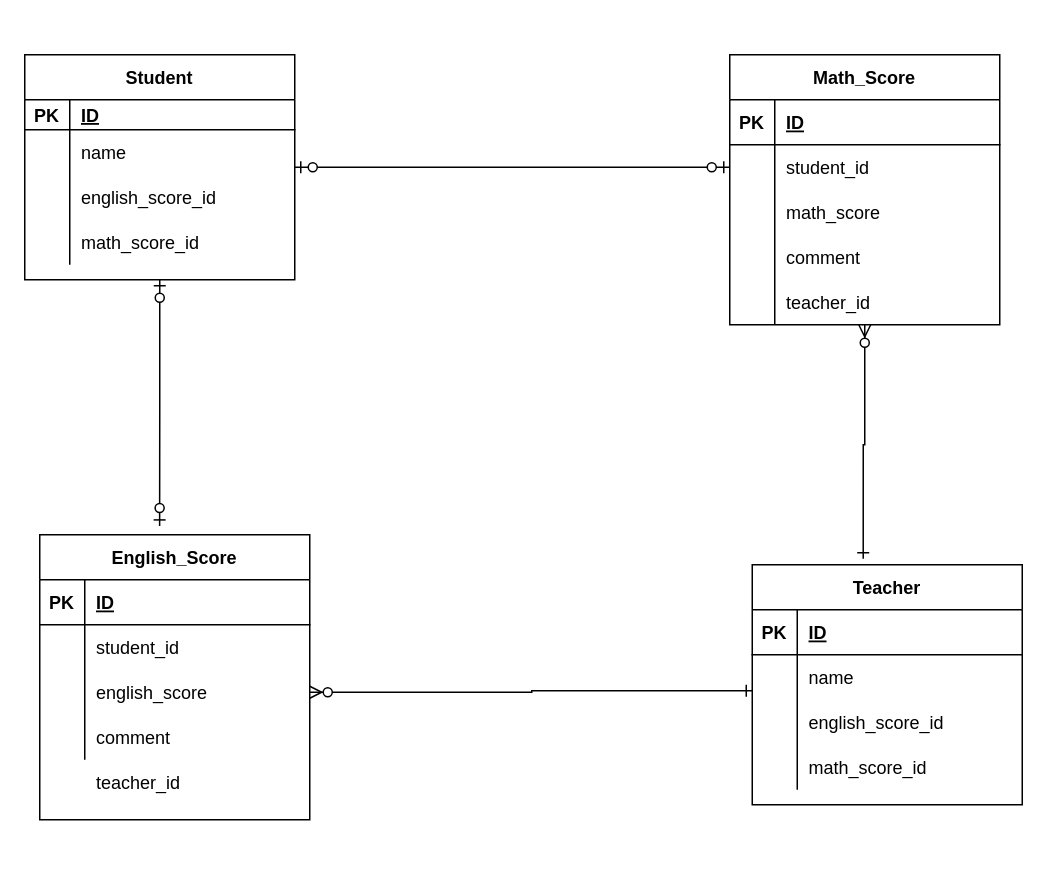
Before: 20211010ueyama.drawio in koki800/coachtech10, a draw.io diagram. Source tidied: cells renumbered, new cells numbered last; positions are measured from the earlier drawing's top-left corner, leaving out a move shared by most shapes. Both pictures are drawn from the tidied source at 150%, with x=0, y=0 at pixel (24, 54).
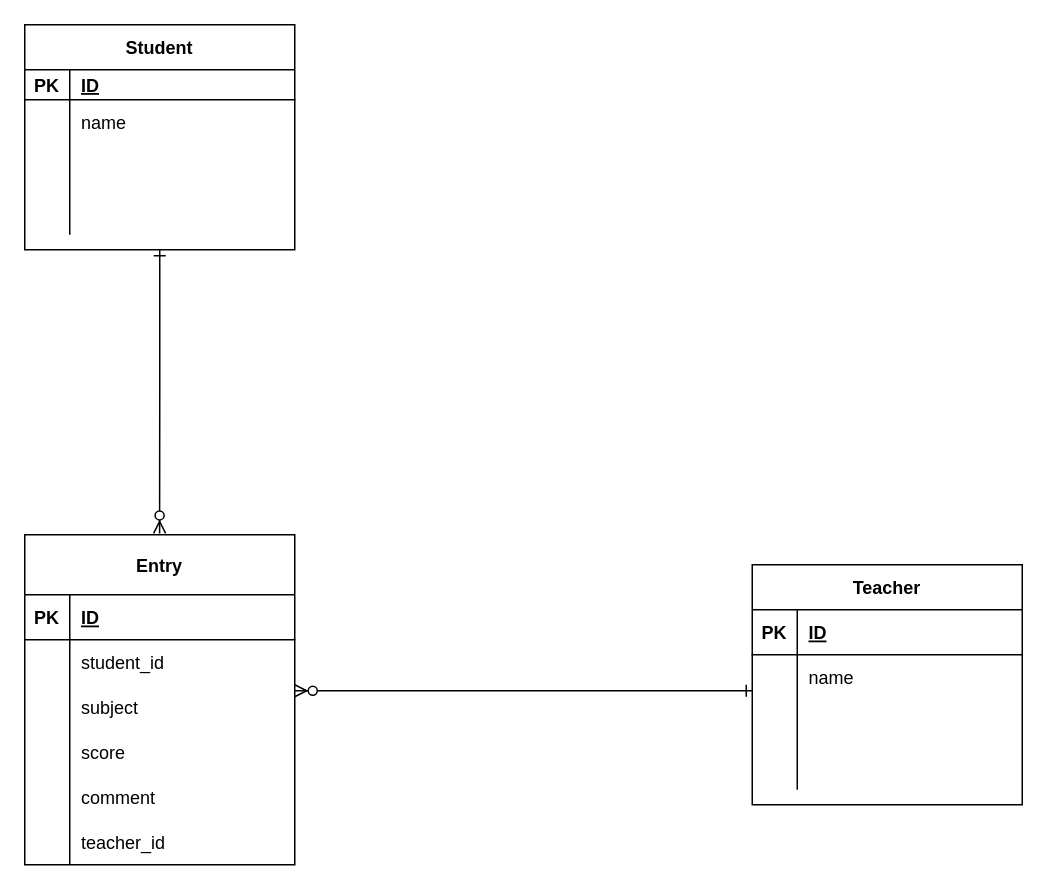
Above is the later version.

The change refers to these unchanged cells:
```xml
<mxCell id="12" style="shape=partialRectangle;fillColor=none;top=0;left=0;bottom=0;right=0;" parent="5" vertex="1">
  <mxGeometry y="80" width="180" height="30" as="geometry" />
</mxCell>
<mxCell id="15" style="shape=partialRectangle;fillColor=none;top=0;left=0;bottom=0;right=0;" parent="5" vertex="1">
  <mxGeometry y="110" width="180" height="30" as="geometry" />
</mxCell>
<mxCell id="48" value="Teacher" style="shape=table;startSize=30;childLayout=tableLayout;rowLines=0;fontStyle=1;align=center;" parent="1" vertex="1">
  <mxGeometry x="485" y="340" width="180" height="160" as="geometry" />
</mxCell>
<mxCell id="52" style="shape=partialRectangle;fillColor=none;top=0;left=0;bottom=0;right=0;points=[[0,0.5],[1,0.5]];portConstraint=eastwest;" parent="48" vertex="1">
  <mxGeometry y="60" width="180" height="30" as="geometry" />
</mxCell>
<mxCell id="55" style="shape=partialRectangle;fillColor=none;top=0;left=0;bottom=0;right=0;" parent="48" vertex="1">
  <mxGeometry y="90" width="180" height="30" as="geometry" />
</mxCell>
<mxCell id="58" style="shape=partialRectangle;fillColor=none;top=0;left=0;bottom=0;right=0;" parent="48" vertex="1">
  <mxGeometry y="120" width="180" height="30" as="geometry" />
</mxCell>
```

Diff of the diagram source:
```diff
@@
-    <mxCell id="2" style="edgeStyle=orthogonalEdgeStyle;rounded=0;jettySize=auto;html=1;exitX=0.5;exitY=1;exitDx=0;exitDy=0;entryX=0.444;entryY=-0.025;entryDx=0;entryDy=0;entryPerimeter=0;strokeColor=none;" parent="1" edge="1" source="5" target="35">
-      <mxGeometry relative="1" as="geometry" />
+    <mxCell id="2" style="edgeStyle=orthogonalEdgeStyle;rounded=0;jettySize=auto;html=1;exitX=0.5;exitY=1;exitDx=0;exitDy=0;entryX=0.444;entryY=-0.025;entryDx=0;entryDy=0;entryPerimeter=0;strokeColor=none;" parent="1" edge="1" source="5">
+      <mxGeometry relative="1" as="geometry">
+        <mxPoint x="89.9" y="320.2" as="targetPoint" />
+      </mxGeometry>
     </mxCell>
-    <mxCell id="3" style="edgeStyle=orthogonalEdgeStyle;rounded=0;jettySize=auto;html=1;startArrow=ERzeroToOne;startFill=1;targetPerimeterSpacing=0;entryX=0.444;entryY=-0.031;entryDx=0;entryDy=0;entryPerimeter=0;endArrow=ERzeroToOne;endFill=1;" parent="1" edge="1" source="5" target="35">
-      <mxGeometry relative="1" as="geometry" />
+    <mxCell id="3" style="edgeStyle=orthogonalEdgeStyle;rounded=0;jettySize=auto;html=1;startArrow=ERone;startFill=0;targetPerimeterSpacing=0;entryX=0.444;entryY=-0.031;entryDx=0;entryDy=0;entryPerimeter=0;endArrow=ERzeroToMany;endFill=1;" parent="1" edge="1" source="5">
+      <mxGeometry relative="1" as="geometry">
+        <mxPoint x="89.9" y="319.1" as="targetPoint" />
+      </mxGeometry>
     </mxCell>
-    <mxCell id="4" style="edgeStyle=orthogonalEdgeStyle;rounded=0;jettySize=auto;html=1;startArrow=ERzeroToOne;startFill=1;endArrow=ERzeroToOne;endFill=1;targetPerimeterSpacing=0;" parent="1" edge="1" source="5" target="23">
-      <mxGeometry relative="1" as="geometry" />
-    </mxCell>
     <mxCell id="5" value="Student" style="shape=table;startSize=30;childLayout=tableLayout;rowLines=0;fontStyle=1;align=center;" parent="1" vertex="1">
-      <mxGeometry width="180" height="150" as="geometry" />
+      <mxGeometry y="-20" width="180" height="150" as="geometry" />
     </mxCell>
@@
-    <mxCell id="14" value="english_score_id" style="shape=partialRectangle;fillColor=none;top=0;left=0;bottom=0;right=0;align=left;spacingLeft=6;overflow=hidden;" parent="12" vertex="1">
+    <mxCell id="14" style="shape=partialRectangle;fillColor=none;top=0;left=0;bottom=0;right=0;align=left;spacingLeft=6;overflow=hidden;" parent="12" vertex="1">
       <mxGeometry x="30" width="150" height="30" as="geometry" />
     </mxCell>
@@
-    <mxCell id="17" value="math_score_id" style="shape=partialRectangle;fillColor=none;top=0;left=0;bottom=0;right=0;align=left;spacingLeft=6;overflow=hidden;" parent="15" vertex="1">
+    <mxCell id="17" style="shape=partialRectangle;fillColor=none;top=0;left=0;bottom=0;right=0;align=left;spacingLeft=6;overflow=hidden;" parent="15" vertex="1">
       <mxGeometry x="30" width="150" height="30" as="geometry" />
     </mxCell>
-    <mxCell id="18" style="edgeStyle=orthogonalEdgeStyle;rounded=0;jettySize=auto;html=1;startArrow=ERzeroToMany;startFill=1;endArrow=ERone;endFill=0;targetPerimeterSpacing=0;entryX=0.411;entryY=-0.025;entryDx=0;entryDy=0;entryPerimeter=0;" parent="1" edge="1" source="19" target="48">
-      <mxGeometry relative="1" as="geometry" />
-    </mxCell>
-    <mxCell id="19" value="Math_Score" style="shape=table;startSize=30;childLayout=tableLayout;rowLines=0;fontStyle=1;align=center;" parent="1" vertex="1">
-      <mxGeometry x="470" width="180" height="180" as="geometry" />
-    </mxCell>
-    <mxCell id="20" style="shape=partialRectangle;fillColor=none;top=0;left=0;bottom=1;right=0;" parent="19" vertex="1">
-      <mxGeometry y="30" width="180" height="30" as="geometry" />
-    </mxCell>
-    <mxCell id="21" value="PK" style="shape=partialRectangle;fillColor=none;top=0;left=0;bottom=0;right=0;fontStyle=1;overflow=hidden;" parent="20" vertex="1">
-      <mxGeometry width="30" height="30" as="geometry" />
-    </mxCell>
-    <mxCell id="22" value="ID" style="shape=partialRectangle;fillColor=none;top=0;left=0;bottom=0;right=0;align=left;spacingLeft=6;fontStyle=5;overflow=hidden;" parent="20" vertex="1">
-      <mxGeometry x="30" width="150" height="30" as="geometry" />
-    </mxCell>
-    <mxCell id="23" style="shape=partialRectangle;fillColor=none;top=0;left=0;bottom=0;right=0;points=[[0,0.5],[1,0.5]];portConstraint=eastwest;" parent="19" vertex="1">
-      <mxGeometry y="60" width="180" height="30" as="geometry" />
-    </mxCell>
-    <mxCell id="24" style="shape=partialRectangle;fillColor=none;top=0;left=0;bottom=0;right=0;overflow=hidden;" parent="23" vertex="1">
-      <mxGeometry width="30" height="30" as="geometry" />
-    </mxCell>
-    <mxCell id="25" value="student_id" style="shape=partialRectangle;fillColor=none;top=0;left=0;bottom=0;right=0;align=left;spacingLeft=6;overflow=hidden;" parent="23" vertex="1">
-      <mxGeometry x="30" width="150" height="30" as="geometry" />
-    </mxCell>
-    <mxCell id="26" style="shape=partialRectangle;fillColor=none;top=0;left=0;bottom=0;right=0;" parent="19" vertex="1">
-      <mxGeometry y="90" width="180" height="30" as="geometry" />
-    </mxCell>
-    <mxCell id="27" style="shape=partialRectangle;fillColor=none;top=0;left=0;bottom=0;right=0;overflow=hidden;" parent="26" vertex="1">
-      <mxGeometry width="30" height="30" as="geometry" />
-    </mxCell>
-    <mxCell id="28" value="math_score" style="shape=partialRectangle;fillColor=none;top=0;left=0;bottom=0;right=0;align=left;spacingLeft=6;overflow=hidden;" parent="26" vertex="1">
-      <mxGeometry x="30" width="150" height="30" as="geometry" />
-    </mxCell>
-    <mxCell id="29" style="shape=partialRectangle;fillColor=none;top=0;left=0;bottom=0;right=0;" parent="19" vertex="1">
-      <mxGeometry y="120" width="180" height="30" as="geometry" />
-    </mxCell>
-    <mxCell id="30" style="shape=partialRectangle;fillColor=none;top=0;left=0;bottom=0;right=0;overflow=hidden;" parent="29" vertex="1">
-      <mxGeometry width="30" height="30" as="geometry" />
-    </mxCell>
-    <mxCell id="31" value="comment" style="shape=partialRectangle;fillColor=none;top=0;left=0;bottom=0;right=0;align=left;spacingLeft=6;overflow=hidden;" parent="29" vertex="1">
-      <mxGeometry x="30" width="150" height="30" as="geometry" />
-    </mxCell>
-    <mxCell id="32" style="shape=partialRectangle;fillColor=none;top=0;left=0;bottom=0;right=0;" parent="19" vertex="1">
-      <mxGeometry y="150" width="180" height="30" as="geometry" />
-    </mxCell>
-    <mxCell id="33" style="shape=partialRectangle;fillColor=none;top=0;left=0;bottom=0;right=0;overflow=hidden;" parent="32" vertex="1">
-      <mxGeometry width="30" height="30" as="geometry" />
-    </mxCell>
-    <mxCell id="34" value="teacher_id" style="shape=partialRectangle;fillColor=none;top=0;left=0;bottom=0;right=0;align=left;spacingLeft=6;overflow=hidden;" parent="32" vertex="1">
-      <mxGeometry x="30" width="150" height="30" as="geometry" />
-    </mxCell>
-    <mxCell id="35" value="English_Score" style="shape=table;startSize=30;childLayout=tableLayout;rowLines=0;fontStyle=1;align=center;" parent="1" vertex="1">
-      <mxGeometry x="10" y="320" width="180" height="190" as="geometry" />
-    </mxCell>
-    <mxCell id="36" style="shape=partialRectangle;fillColor=none;top=0;left=0;bottom=1;right=0;" parent="35" vertex="1">
-      <mxGeometry y="30" width="180" height="30" as="geometry" />
-    </mxCell>
-    <mxCell id="37" value="PK" style="shape=partialRectangle;fillColor=none;top=0;left=0;bottom=0;right=0;fontStyle=1;overflow=hidden;" parent="36" vertex="1">
-      <mxGeometry width="30" height="30" as="geometry" />
-    </mxCell>
-    <mxCell id="38" value="ID" style="shape=partialRectangle;fillColor=none;top=0;left=0;bottom=0;right=0;align=left;spacingLeft=6;fontStyle=5;overflow=hidden;" parent="36" vertex="1">
-      <mxGeometry x="30" width="150" height="30" as="geometry" />
-    </mxCell>
-    <mxCell id="39" style="shape=partialRectangle;fillColor=none;top=0;left=0;bottom=0;right=0;" parent="35" vertex="1">
-      <mxGeometry y="60" width="180" height="30" as="geometry" />
-    </mxCell>
-    <mxCell id="40" style="shape=partialRectangle;fillColor=none;top=0;left=0;bottom=0;right=0;overflow=hidden;" parent="39" vertex="1">
-      <mxGeometry width="30" height="30" as="geometry" />
-    </mxCell>
-    <mxCell id="41" value="student_id" style="shape=partialRectangle;fillColor=none;top=0;left=0;bottom=0;right=0;align=left;spacingLeft=6;overflow=hidden;" parent="39" vertex="1">
-      <mxGeometry x="30" width="150" height="30" as="geometry" />
-    </mxCell>
-    <mxCell id="42" style="shape=partialRectangle;fillColor=none;top=0;left=0;bottom=0;right=0;points=[[0,0.5],[1,0.5]];portConstraint=eastwest;" parent="35" vertex="1">
-      <mxGeometry y="90" width="180" height="30" as="geometry" />
-    </mxCell>
-    <mxCell id="43" style="shape=partialRectangle;fillColor=none;top=0;left=0;bottom=0;right=0;overflow=hidden;" parent="42" vertex="1">
-      <mxGeometry width="30" height="30" as="geometry" />
-    </mxCell>
-    <mxCell id="44" value="english_score" style="shape=partialRectangle;fillColor=none;top=0;left=0;bottom=0;right=0;align=left;spacingLeft=6;overflow=hidden;" parent="42" vertex="1">
-      <mxGeometry x="30" width="150" height="30" as="geometry" />
-    </mxCell>
-    <mxCell id="45" style="shape=partialRectangle;fillColor=none;top=0;left=0;bottom=0;right=0;" parent="35" vertex="1">
-      <mxGeometry y="120" width="180" height="30" as="geometry" />
-    </mxCell>
-    <mxCell id="46" style="shape=partialRectangle;fillColor=none;top=0;left=0;bottom=0;right=0;overflow=hidden;" parent="45" vertex="1">
-      <mxGeometry width="30" height="30" as="geometry" />
-    </mxCell>
-    <mxCell id="47" value="comment" style="shape=partialRectangle;fillColor=none;top=0;left=0;bottom=0;right=0;align=left;spacingLeft=6;overflow=hidden;" parent="45" vertex="1">
-      <mxGeometry x="30" width="150" height="30" as="geometry" />
-    </mxCell>
@@
-    <mxCell id="57" value="english_score_id" style="shape=partialRectangle;fillColor=none;top=0;left=0;bottom=0;right=0;align=left;spacingLeft=6;overflow=hidden;" parent="55" vertex="1">
+    <mxCell id="57" style="shape=partialRectangle;fillColor=none;top=0;left=0;bottom=0;right=0;align=left;spacingLeft=6;overflow=hidden;" parent="55" vertex="1">
       <mxGeometry x="30" width="150" height="30" as="geometry" />
     </mxCell>
@@
-    <mxCell id="60" value="math_score_id" style="shape=partialRectangle;fillColor=none;top=0;left=0;bottom=0;right=0;align=left;spacingLeft=6;overflow=hidden;" parent="58" vertex="1">
+    <mxCell id="60" style="shape=partialRectangle;fillColor=none;top=0;left=0;bottom=0;right=0;align=left;spacingLeft=6;overflow=hidden;" parent="58" vertex="1">
       <mxGeometry x="30" width="150" height="30" as="geometry" />
     </mxCell>
-    <mxCell id="61" style="shape=table;startSize=0;childLayout=tableLayout;rowLines=0;fontStyle=0;align=center;strokeColor=none;fillColor=none;" parent="1" vertex="1">
-      <mxGeometry x="10" y="470" width="180" height="30" as="geometry" />
-    </mxCell>
-    <mxCell id="62" style="shape=partialRectangle;fillColor=none;top=0;left=0;bottom=0;right=0;" parent="61" vertex="1">
-      <mxGeometry width="180" height="30" as="geometry" />
-    </mxCell>
-    <mxCell id="63" style="shape=partialRectangle;fillColor=none;top=0;left=0;bottom=0;right=0;overflow=hidden;" parent="62" vertex="1">
-      <mxGeometry width="30" height="30" as="geometry" />
-    </mxCell>
-    <mxCell id="64" value="teacher_id" style="shape=partialRectangle;fillColor=none;top=0;left=0;bottom=0;right=0;align=left;spacingLeft=6;overflow=hidden;" parent="62" vertex="1">
-      <mxGeometry x="30" width="150" height="30" as="geometry" />
-    </mxCell>
-    <mxCell id="65" style="edgeStyle=orthogonalEdgeStyle;rounded=0;jettySize=auto;html=1;startArrow=ERzeroToMany;startFill=1;endArrow=ERone;endFill=0;targetPerimeterSpacing=0;entryX=0;entryY=0.8;entryDx=0;entryDy=0;entryPerimeter=0;" parent="1" edge="1" source="42" target="52">
-      <mxGeometry relative="1" as="geometry">
-        <Array as="points">
-          <mxPoint x="338" y="425" />
-          <mxPoint x="338" y="424" />
-        </Array>
-      </mxGeometry>
+    <mxCell id="65" style="edgeStyle=orthogonalEdgeStyle;rounded=0;jettySize=auto;html=1;startArrow=ERzeroToMany;startFill=1;endArrow=ERone;endFill=0;targetPerimeterSpacing=0;entryX=0;entryY=0.8;entryDx=0;entryDy=0;entryPerimeter=0;exitX=1;exitY=0.133;exitDx=0;exitDy=0;exitPerimeter=0;" parent="1" edge="1" source="73" target="52">
+      <mxGeometry relative="1" as="geometry" />
     </mxCell>
+    <mxCell id="66" value="Entry" style="shape=table;startSize=40;childLayout=tableLayout;rowLines=0;fontStyle=1;align=center;" parent="1" vertex="1">
+      <mxGeometry y="320" width="180" height="220" as="geometry" />
+    </mxCell>
+    <mxCell id="67" style="shape=partialRectangle;fillColor=none;top=0;left=0;bottom=1;right=0;" parent="66" vertex="1">
+      <mxGeometry y="40" width="180" height="30" as="geometry" />
+    </mxCell>
+    <mxCell id="68" value="PK" style="shape=partialRectangle;fillColor=none;top=0;left=0;bottom=0;right=0;fontStyle=1;overflow=hidden;" parent="67" vertex="1">
+      <mxGeometry width="30" height="30" as="geometry" />
+    </mxCell>
+    <mxCell id="69" value="ID" style="shape=partialRectangle;fillColor=none;top=0;left=0;bottom=0;right=0;align=left;spacingLeft=6;fontStyle=5;overflow=hidden;" parent="67" vertex="1">
+      <mxGeometry x="30" width="150" height="30" as="geometry" />
+    </mxCell>
+    <mxCell id="70" style="shape=partialRectangle;fillColor=none;top=0;left=0;bottom=0;right=0;" parent="66" vertex="1">
+      <mxGeometry y="70" width="180" height="30" as="geometry" />
+    </mxCell>
+    <mxCell id="71" style="shape=partialRectangle;fillColor=none;top=0;left=0;bottom=0;right=0;overflow=hidden;" parent="70" vertex="1">
+      <mxGeometry width="30" height="30" as="geometry" />
+    </mxCell>
+    <mxCell id="72" value="student_id" style="shape=partialRectangle;fillColor=none;top=0;left=0;bottom=0;right=0;align=left;spacingLeft=6;overflow=hidden;" parent="70" vertex="1">
+      <mxGeometry x="30" width="150" height="30" as="geometry" />
+    </mxCell>
+    <mxCell id="73" style="shape=partialRectangle;fillColor=none;top=0;left=0;bottom=0;right=0;points=[[0,0.5],[1,0.5]];portConstraint=eastwest;" parent="66" vertex="1">
+      <mxGeometry y="100" width="180" height="30" as="geometry" />
+    </mxCell>
+    <mxCell id="74" style="shape=partialRectangle;fillColor=none;top=0;left=0;bottom=0;right=0;overflow=hidden;" parent="73" vertex="1">
+      <mxGeometry width="30" height="30" as="geometry" />
+    </mxCell>
+    <mxCell id="75" value="subject" style="shape=partialRectangle;fillColor=none;top=0;left=0;bottom=0;right=0;align=left;spacingLeft=6;overflow=hidden;" parent="73" vertex="1">
+      <mxGeometry x="30" width="150" height="30" as="geometry" />
+    </mxCell>
+    <mxCell id="76" style="shape=partialRectangle;fillColor=none;top=0;left=0;bottom=0;right=0;" parent="66" vertex="1">
+      <mxGeometry y="130" width="180" height="30" as="geometry" />
+    </mxCell>
+    <mxCell id="77" style="shape=partialRectangle;fillColor=none;top=0;left=0;bottom=0;right=0;overflow=hidden;" parent="76" vertex="1">
+      <mxGeometry width="30" height="30" as="geometry" />
+    </mxCell>
+    <mxCell id="78" value="score" style="shape=partialRectangle;fillColor=none;top=0;left=0;bottom=0;right=0;align=left;spacingLeft=6;overflow=hidden;" parent="76" vertex="1">
+      <mxGeometry x="30" width="150" height="30" as="geometry" />
+    </mxCell>
+    <mxCell id="79" style="shape=partialRectangle;fillColor=none;top=0;left=0;bottom=0;right=0;" parent="66" vertex="1">
+      <mxGeometry y="160" width="180" height="30" as="geometry" />
+    </mxCell>
+    <mxCell id="80" style="shape=partialRectangle;fillColor=none;top=0;left=0;bottom=0;right=0;overflow=hidden;" parent="79" vertex="1">
+      <mxGeometry width="30" height="30" as="geometry" />
+    </mxCell>
+    <mxCell id="81" value="comment" style="shape=partialRectangle;fillColor=none;top=0;left=0;bottom=0;right=0;align=left;spacingLeft=6;overflow=hidden;" parent="79" vertex="1">
+      <mxGeometry x="30" width="150" height="30" as="geometry" />
+    </mxCell>
+    <mxCell id="82" style="shape=partialRectangle;fillColor=none;top=0;left=0;bottom=0;right=0;" parent="66" vertex="1">
+      <mxGeometry y="190" width="180" height="30" as="geometry" />
+    </mxCell>
+    <mxCell id="83" style="shape=partialRectangle;fillColor=none;top=0;left=0;bottom=0;right=0;overflow=hidden;" parent="82" vertex="1">
+      <mxGeometry width="30" height="30" as="geometry" />
+    </mxCell>
+    <mxCell id="84" value="teacher_id" style="shape=partialRectangle;fillColor=none;top=0;left=0;bottom=0;right=0;align=left;spacingLeft=6;overflow=hidden;" parent="82" vertex="1">
+      <mxGeometry x="30" width="150" height="30" as="geometry" />
+    </mxCell>
+    <mxCell id="85" style="shape=partialRectangle;fillColor=none;top=0;left=0;bottom=0;right=0;align=left;spacingLeft=6;overflow=hidden;" parent="1" vertex="1">
+      <mxGeometry x="250" y="240" width="150" height="30" as="geometry" />
+    </mxCell>
```
